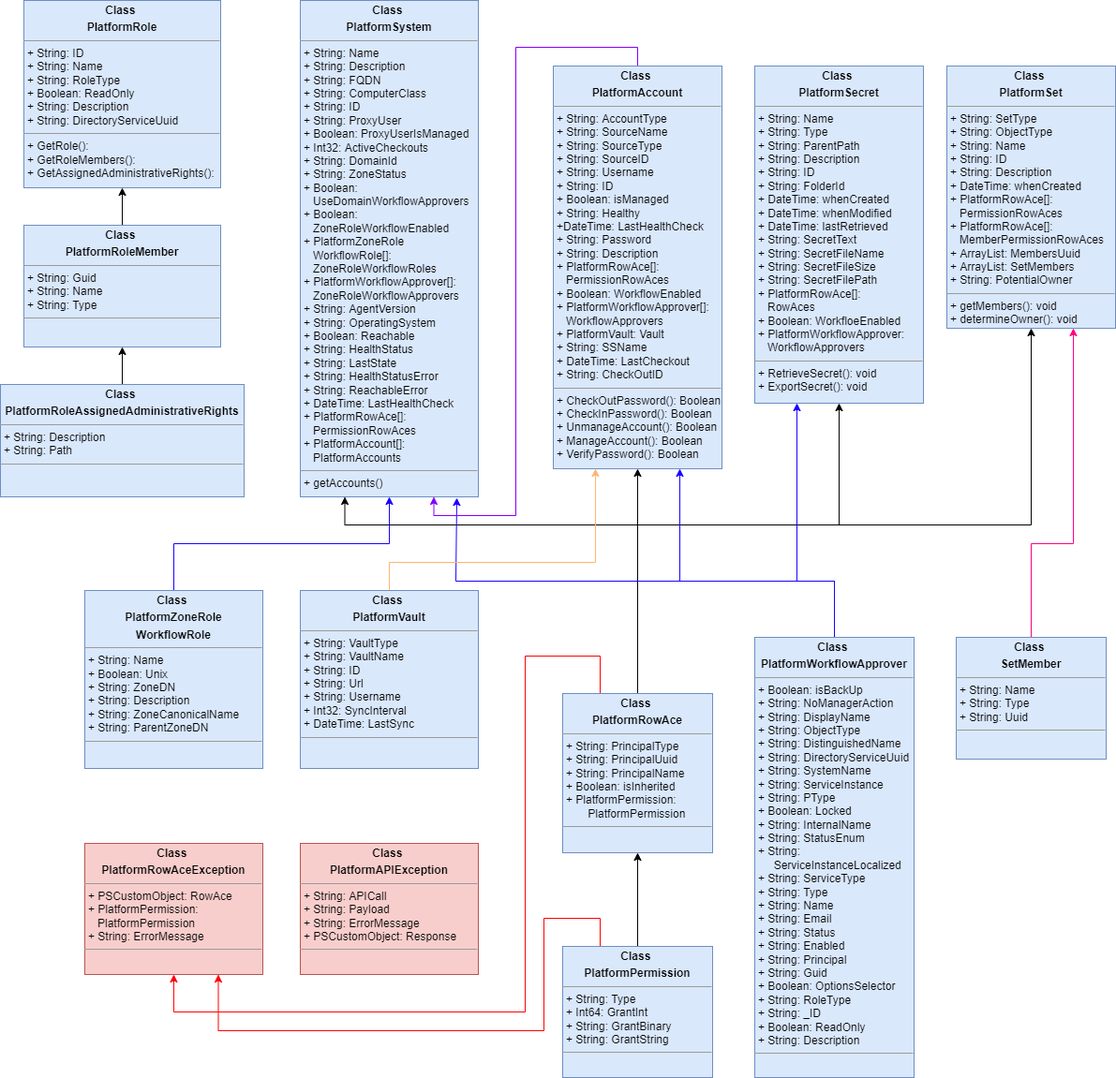
The draw.io diagram PlatformPlusUML.png in dnlrv/PlatformPlus, before a commit. Source tidied: cells renumbered, new cells last; positions are measured from the earlier drawing's top-left corner, leaving out a move shared by most shapes.
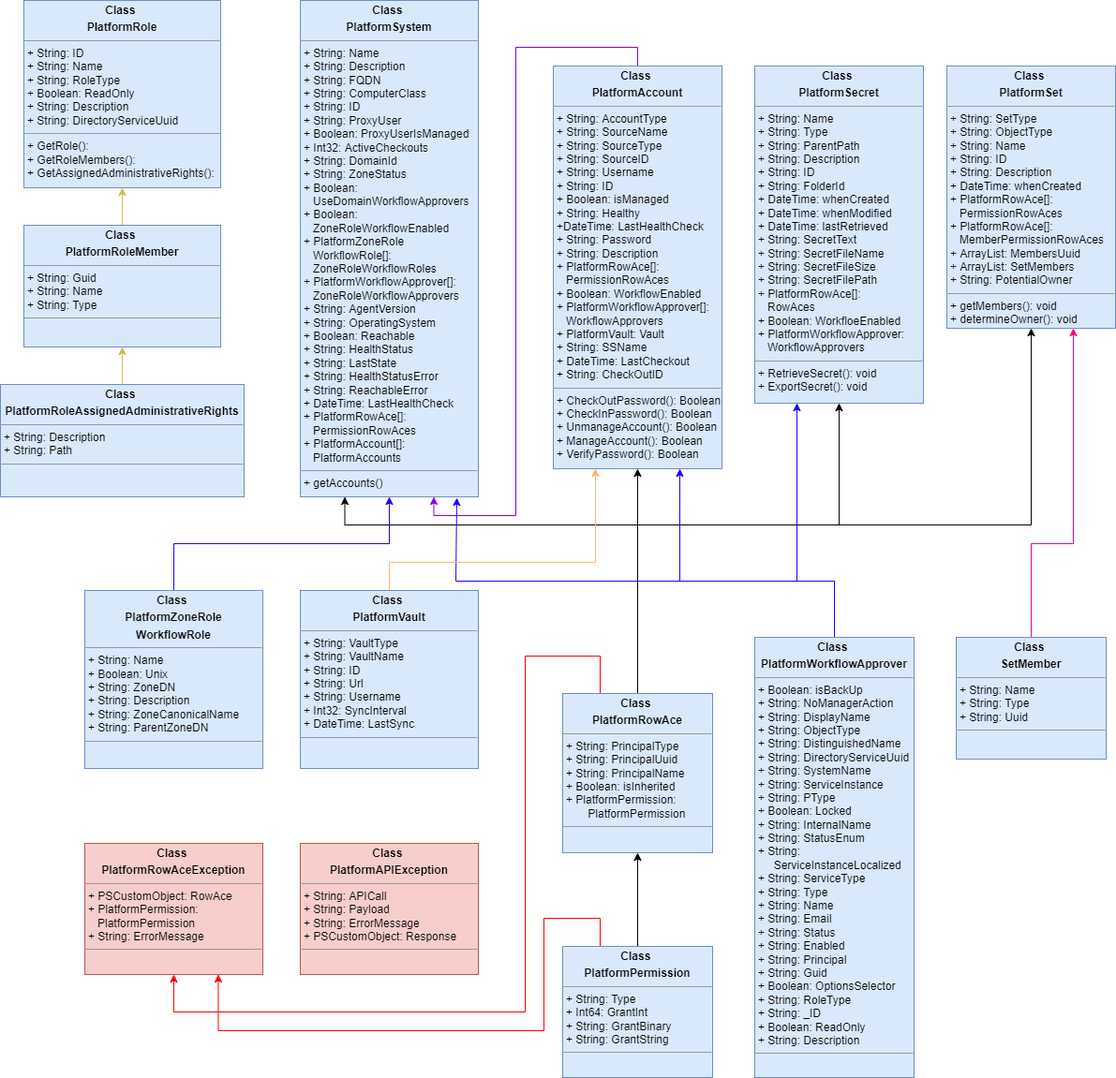
Later version of the same file.

Diff of the diagram source:
```diff
@@ -149,13 +149,13 @@
     <mxCell id="28" value="&lt;p style=&quot;margin: 0px ; margin-top: 4px ; text-align: center&quot;&gt;&lt;b&gt;Class&amp;nbsp;&lt;/b&gt;&lt;/p&gt;&lt;p style=&quot;margin: 0px ; margin-top: 4px ; text-align: center&quot;&gt;&lt;b&gt;PlatformRole&lt;/b&gt;&lt;/p&gt;&lt;hr size=&quot;1&quot;&gt;&lt;p style=&quot;margin: 0px ; margin-left: 4px&quot;&gt;+ String: ID&lt;br&gt;&lt;/p&gt;&lt;p style=&quot;margin: 0px ; margin-left: 4px&quot;&gt;+ String: Name&lt;/p&gt;&lt;p style=&quot;margin: 0px ; margin-left: 4px&quot;&gt;+ String: RoleType&lt;br&gt;&lt;/p&gt;&lt;p style=&quot;margin: 0px ; margin-left: 4px&quot;&gt;+ Boolean: ReadOnly&lt;br&gt;&lt;/p&gt;&lt;p style=&quot;margin: 0px ; margin-left: 4px&quot;&gt;+ String: Description&lt;/p&gt;&lt;p style=&quot;margin: 0px ; margin-left: 4px&quot;&gt;+ String: DirectoryServiceUuid&lt;/p&gt;&lt;hr size=&quot;1&quot;&gt;&lt;p style=&quot;margin: 0px ; margin-left: 4px&quot;&gt;+ GetRole():&lt;/p&gt;&lt;p style=&quot;margin: 0px ; margin-left: 4px&quot;&gt;+ GetRoleMembers():&lt;/p&gt;&lt;p style=&quot;margin: 0px ; margin-left: 4px&quot;&gt;&lt;span style=&quot;background-color: initial;&quot;&gt;+ GetAssignedAdministrativeRights():&lt;/span&gt;&lt;br&gt;&lt;/p&gt;" style="verticalAlign=top;align=left;overflow=fill;fontSize=12;fontFamily=Helvetica;html=1;fillColor=#dae8fc;strokeColor=#6c8ebf;" parent="1" vertex="1">
       <mxGeometry x="25" width="210" height="200" as="geometry" />
     </mxCell>
-    <mxCell id="29" style="edgeStyle=orthogonalEdgeStyle;rounded=0;jettySize=auto;html=1;" parent="1" edge="1" source="30" target="28">
+    <mxCell id="29" style="edgeStyle=orthogonalEdgeStyle;rounded=0;jettySize=auto;html=1;fillColor=#fff2cc;strokeColor=#d6b656;" parent="1" edge="1" source="30" target="28">
       <mxGeometry relative="1" as="geometry" />
     </mxCell>
     <mxCell id="30" value="&lt;p style=&quot;margin: 0px ; margin-top: 4px ; text-align: center&quot;&gt;&lt;b&gt;Class&amp;nbsp;&lt;/b&gt;&lt;/p&gt;&lt;p style=&quot;margin: 0px ; margin-top: 4px ; text-align: center&quot;&gt;&lt;b&gt;PlatformRoleMember&lt;/b&gt;&lt;/p&gt;&lt;hr size=&quot;1&quot;&gt;&lt;p style=&quot;margin: 0px ; margin-left: 4px&quot;&gt;+ String: Guid&lt;br&gt;&lt;/p&gt;&lt;p style=&quot;margin: 0px ; margin-left: 4px&quot;&gt;+ String: Name&lt;/p&gt;&lt;p style=&quot;margin: 0px ; margin-left: 4px&quot;&gt;+ String: Type&lt;/p&gt;&lt;hr size=&quot;1&quot;&gt;&lt;p style=&quot;margin: 0px ; margin-left: 4px&quot;&gt;&lt;br&gt;&lt;/p&gt;" style="verticalAlign=top;align=left;overflow=fill;fontSize=12;fontFamily=Helvetica;html=1;fillColor=#dae8fc;strokeColor=#6c8ebf;" parent="1" vertex="1">
       <mxGeometry x="25" y="240" width="210" height="130" as="geometry" />
     </mxCell>
-    <mxCell id="31" style="edgeStyle=orthogonalEdgeStyle;rounded=0;jettySize=auto;html=1;" parent="1" edge="1" source="32" target="30">
+    <mxCell id="31" style="edgeStyle=orthogonalEdgeStyle;rounded=0;jettySize=auto;html=1;fillColor=#fff2cc;strokeColor=#d6b656;" parent="1" edge="1" source="32" target="30">
       <mxGeometry relative="1" as="geometry" />
     </mxCell>
     <mxCell id="32" value="&lt;p style=&quot;margin: 0px ; margin-top: 4px ; text-align: center&quot;&gt;&lt;b&gt;Class&amp;nbsp;&lt;/b&gt;&lt;/p&gt;&lt;p style=&quot;margin: 0px ; margin-top: 4px ; text-align: center&quot;&gt;&lt;b&gt;PlatformRoleAssignedAdministrativeRights&lt;/b&gt;&lt;/p&gt;&lt;hr size=&quot;1&quot;&gt;&lt;p style=&quot;margin: 0px ; margin-left: 4px&quot;&gt;+ String: Description&lt;br&gt;&lt;/p&gt;&lt;p style=&quot;margin: 0px ; margin-left: 4px&quot;&gt;+ String: Path&lt;/p&gt;&lt;hr size=&quot;1&quot;&gt;&lt;p style=&quot;margin: 0px ; margin-left: 4px&quot;&gt;&lt;br&gt;&lt;/p&gt;" style="verticalAlign=top;align=left;overflow=fill;fontSize=12;fontFamily=Helvetica;html=1;fillColor=#dae8fc;strokeColor=#6c8ebf;" parent="1" vertex="1">
```
